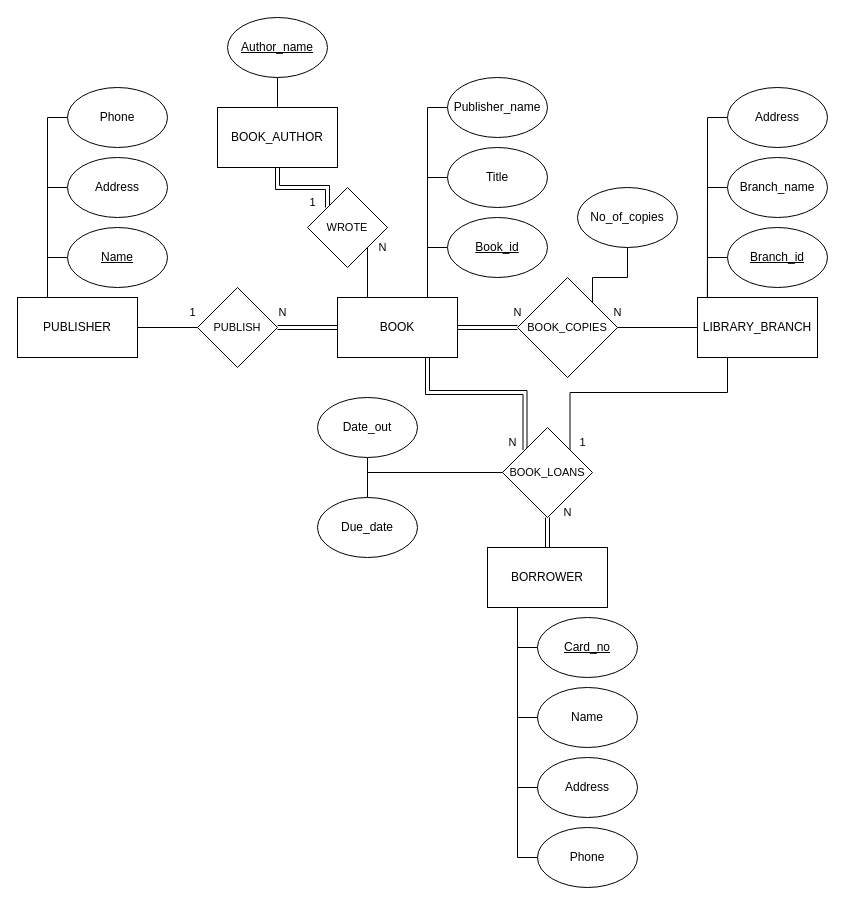
Above: assignment3/Question3.drawio in shivamdesai04/ENSF300 (draw.io), before the change. Source tidied: cells renumbered, new cells numbered last; positions are measured from the earlier drawing's top-left corner, leaving out a move shared by most shapes. Both pictures are drawn from the tidied source at 100%, with x=0, y=0 at pixel (17, 17).
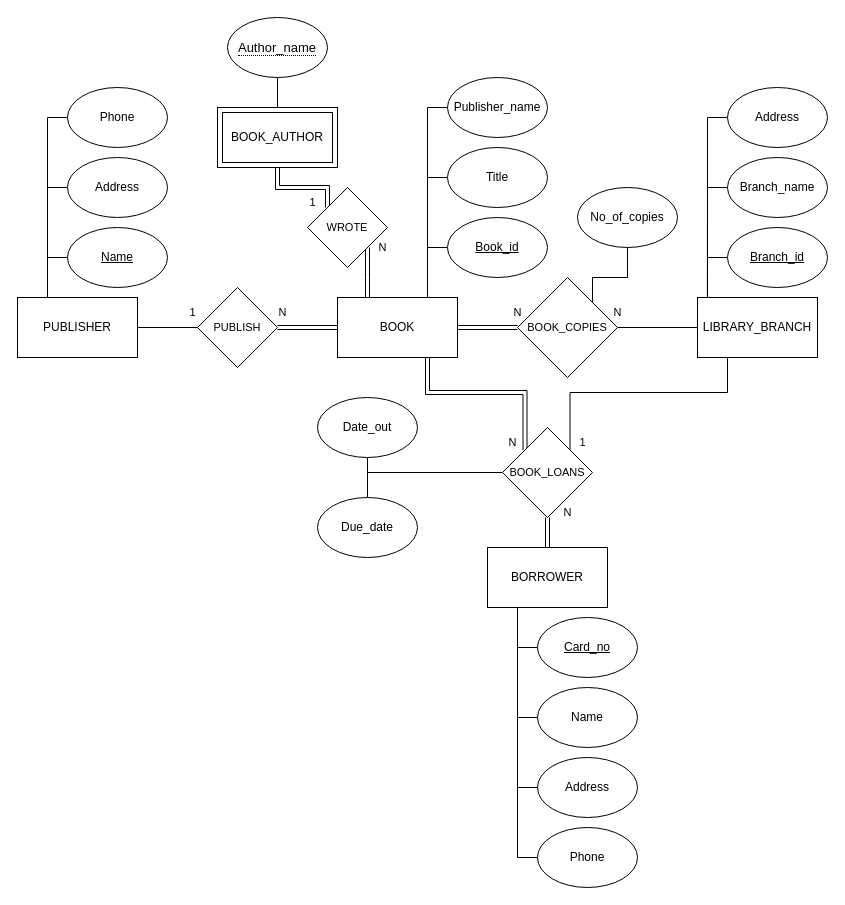
After the change.

The change refers to these unchanged cells:
```xml
<mxCell id="7" value="BOOK" style="whiteSpace=wrap;html=1;" parent="1" vertex="1">
  <mxGeometry x="320" y="280" width="120" height="60" as="geometry" />
</mxCell>
<mxCell id="36" value="WROTE" style="rhombus;whiteSpace=wrap;html=1;fontFamily=Helvetica;fontSize=11;fontColor=default;" parent="1" vertex="1">
  <mxGeometry x="290" y="170" width="80" height="80" as="geometry" />
</mxCell>
```

Change to the diagram source:
```diff
@@
-    <mxCell id="34" style="edgeStyle=orthogonalEdgeStyle;rounded=0;jettySize=auto;html=1;exitX=1;exitY=1;exitDx=0;exitDy=0;entryX=0.25;entryY=0;entryDx=0;entryDy=0;labelBackgroundColor=default;strokeColor=default;fontFamily=Helvetica;fontSize=11;fontColor=default;endArrow=none;endFill=0;" parent="1" edge="1" source="36" target="7">
+    <mxCell id="34" style="edgeStyle=orthogonalEdgeStyle;rounded=0;jettySize=auto;html=1;exitX=1;exitY=1;exitDx=0;exitDy=0;entryX=0.25;entryY=0;entryDx=0;entryDy=0;labelBackgroundColor=default;strokeColor=default;fontFamily=Helvetica;fontSize=11;fontColor=default;endArrow=none;endFill=0;shape=link;" parent="1" edge="1" source="36" target="7">
       <mxGeometry relative="1" as="geometry" />
     </mxCell>
@@
-    <mxCell id="48" value="BOOK_AUTHOR" style="whiteSpace=wrap;html=1;" parent="1" vertex="1">
+    <mxCell id="48" style="whiteSpace=wrap;html=1;" parent="1" vertex="1">
       <mxGeometry x="200" y="90" width="120" height="60" as="geometry" />
     </mxCell>
-    <mxCell id="49" value="&lt;u&gt;Author_name&lt;/u&gt;" style="ellipse;whiteSpace=wrap;html=1;" parent="1" vertex="1">
-      <mxGeometry x="210" width="100" height="60" as="geometry" />
-    </mxCell>
@@
+    <mxCell id="63" value="BOOK_AUTHOR" style="whiteSpace=wrap;html=1;" parent="1" vertex="1">
+      <mxGeometry x="205" y="95" width="110" height="50" as="geometry" />
+    </mxCell>
+    <mxCell id="49" value="&lt;span style=&quot;border-bottom: 1px dotted&quot;&gt;&lt;font style=&quot;font-size: 13px;&quot;&gt;Author_name&lt;/font&gt;&lt;/span&gt;" style="ellipse;whiteSpace=wrap;html=1;align=center;" parent="1" vertex="1">
+      <mxGeometry x="210" width="100" height="60" as="geometry" />
+    </mxCell>
```
